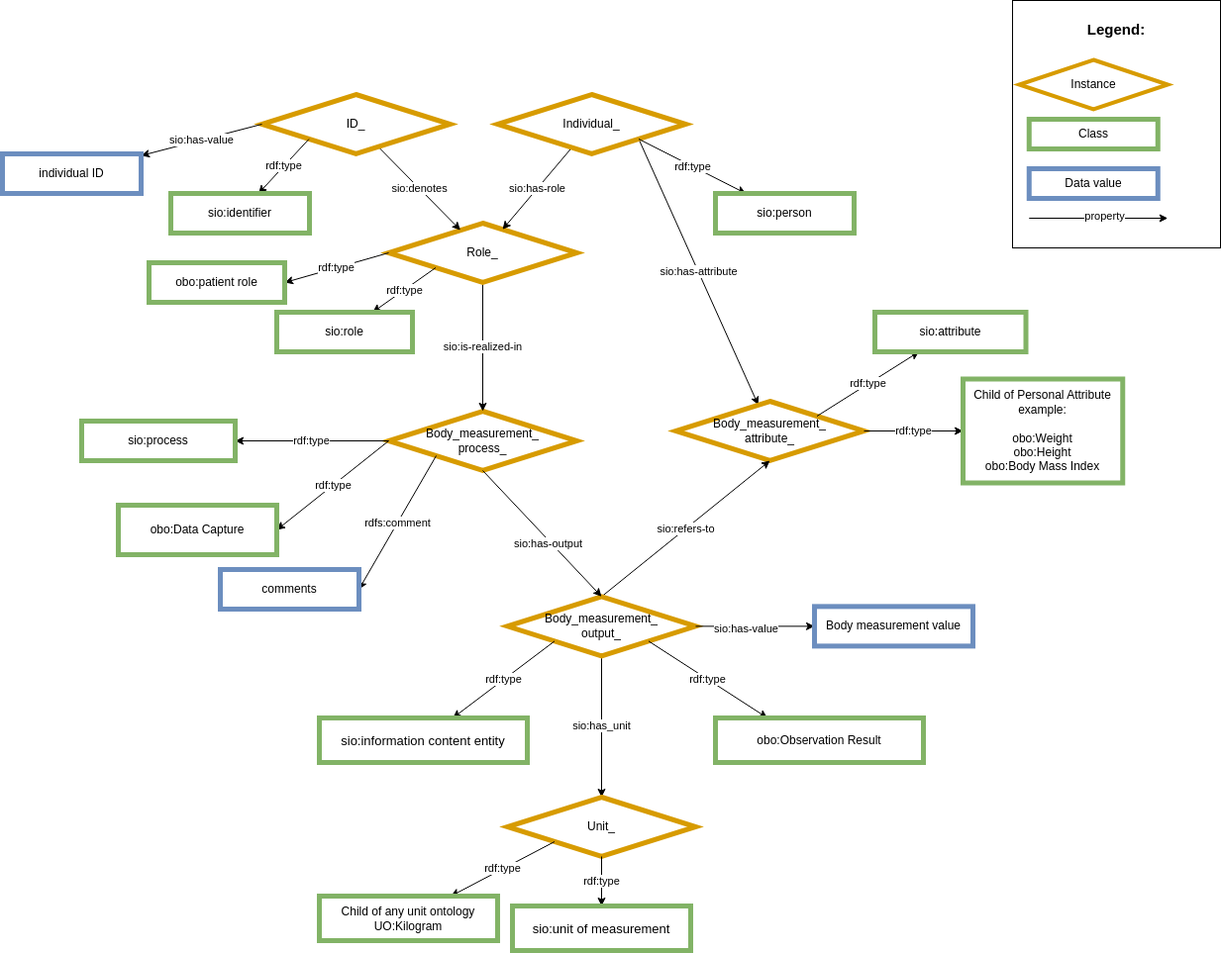
Before: images/CARE-SM-Body_measurement.png, a diagram exported from draw.io (CARE-SM/CARE-Semantic-Model). Source tidied: cells renumbered, new cells last; positions are measured from the earlier drawing's top-left corner, leaving out a move shared by most shapes. The source it was exported from:
```xml
<mxGraphModel>
  <root>
    <mxCell id="0" />
    <mxCell id="1" parent="0" />
    <mxCell id="2" value="Body_measurement_&lt;br&gt;process_" style="rhombus;whiteSpace=wrap;html=1;fillColor=#FFFFFF;strokeColor=#d79b00;strokeWidth=5;" parent="1" vertex="1">
      <mxGeometry x="390" y="415" width="190" height="60" as="geometry" />
    </mxCell>
    <mxCell id="3" value="&lt;span style=&quot;color: rgb(0, 0, 0); font-family: Helvetica; font-size: 11px; font-style: normal; font-variant-ligatures: normal; font-variant-caps: normal; font-weight: 400; letter-spacing: normal; orphans: 2; text-align: center; text-indent: 0px; text-transform: none; widows: 2; word-spacing: 0px; -webkit-text-stroke-width: 0px; background-color: rgb(255, 255, 255); text-decoration-thickness: initial; text-decoration-style: initial; text-decoration-color: initial; float: none; display: inline !important;&quot;&gt;sio:is-realized-in&lt;/span&gt;" style="rounded=0;jettySize=auto;html=1;exitX=0.5;exitY=1;exitDx=0;exitDy=0;entryX=0.5;entryY=0;entryDx=0;entryDy=0;" parent="1" edge="1" source="5" target="2">
      <mxGeometry relative="1" as="geometry" />
    </mxCell>
    <mxCell id="4" value="sio:has-attribute" style="rounded=0;jettySize=auto;html=1;exitX=1;exitY=1;exitDx=0;exitDy=0;" parent="1" edge="1" source="9" target="10">
      <mxGeometry relative="1" as="geometry" />
    </mxCell>
    <mxCell id="5" value="Role_" style="rhombus;whiteSpace=wrap;html=1;fillColor=#FFFFFF;strokeColor=#d79b00;strokeWidth=5;" parent="1" vertex="1">
      <mxGeometry x="390" y="225" width="190" height="60" as="geometry" />
    </mxCell>
    <mxCell id="6" value="sio:denotes" style="edgeStyle=none;rounded=0;jettySize=auto;html=1;" parent="1" edge="1" source="7" target="5">
      <mxGeometry relative="1" as="geometry" />
    </mxCell>
    <mxCell id="7" value="ID_" style="rhombus;whiteSpace=wrap;html=1;fillColor=#FFFFFF;strokeColor=#d79b00;strokeWidth=5;" parent="1" vertex="1">
      <mxGeometry x="262" y="95" width="190" height="60" as="geometry" />
    </mxCell>
    <mxCell id="8" value="sio:has-role" style="edgeStyle=none;rounded=0;jettySize=auto;html=1;" parent="1" edge="1" source="9" target="5">
      <mxGeometry relative="1" as="geometry" />
    </mxCell>
    <mxCell id="9" value="Individual_" style="rhombus;whiteSpace=wrap;html=1;fillColor=#FFFFFF;strokeColor=#d79b00;strokeWidth=5;" parent="1" vertex="1">
      <mxGeometry x="500" y="95" width="190" height="60" as="geometry" />
    </mxCell>
    <mxCell id="10" value="Body_measurement_&lt;br&gt;attribute_" style="rhombus;whiteSpace=wrap;html=1;fillColor=#FFFFFF;strokeColor=#d79b00;strokeWidth=5;" parent="1" vertex="1">
      <mxGeometry x="680" y="405" width="190" height="60" as="geometry" />
    </mxCell>
    <mxCell id="11" value="rdf:type" style="edgeStyle=none;rounded=0;jettySize=auto;html=1;exitX=1;exitY=0;exitDx=0;exitDy=0;" parent="1" edge="1" source="10" target="12">
      <mxGeometry relative="1" as="geometry" />
    </mxCell>
    <mxCell id="12" value="sio:attribute" style="whiteSpace=wrap;html=1;fillColor=#FFFFFF;strokeColor=#82b366;strokeWidth=5;" parent="1" vertex="1">
      <mxGeometry x="881" y="315" width="152.5" height="40" as="geometry" />
    </mxCell>
    <mxCell id="13" value="rdf:type" style="edgeStyle=none;rounded=0;jettySize=auto;html=1;exitX=0;exitY=1;exitDx=0;exitDy=0;" parent="1" edge="1" source="5" target="14">
      <mxGeometry relative="1" as="geometry" />
    </mxCell>
    <mxCell id="14" value="sio:role" style="whiteSpace=wrap;html=1;fillColor=#FFFFFF;strokeColor=#82b366;strokeWidth=5;" parent="1" vertex="1">
      <mxGeometry x="277" y="315" width="137" height="40" as="geometry" />
    </mxCell>
    <mxCell id="15" value="rdf:type" style="edgeStyle=none;rounded=0;jettySize=auto;html=1;exitX=0;exitY=1;exitDx=0;exitDy=0;" parent="1" edge="1" source="7" target="16">
      <mxGeometry relative="1" as="geometry" />
    </mxCell>
    <mxCell id="16" value="sio:identifier" style="whiteSpace=wrap;html=1;fillColor=#FFFFFF;strokeColor=#82b366;strokeWidth=5;" parent="1" vertex="1">
      <mxGeometry x="170" y="195" width="140" height="40" as="geometry" />
    </mxCell>
    <mxCell id="17" value="rdf:type" style="edgeStyle=none;rounded=0;jettySize=auto;html=1;exitX=1;exitY=1;exitDx=0;exitDy=0;" parent="1" edge="1" source="9" target="18">
      <mxGeometry relative="1" as="geometry" />
    </mxCell>
    <mxCell id="18" value="sio:person" style="whiteSpace=wrap;html=1;fillColor=#FFFFFF;strokeColor=#82b366;strokeWidth=5;" parent="1" vertex="1">
      <mxGeometry x="720" y="195" width="140" height="40" as="geometry" />
    </mxCell>
    <mxCell id="19" value="sio:has_unit" style="edgeStyle=none;rounded=0;jettySize=auto;html=1;exitX=0.5;exitY=1;exitDx=0;exitDy=0;entryX=0.5;entryY=0;entryDx=0;entryDy=0;" parent="1" edge="1" source="32" target="20">
      <mxGeometry relative="1" as="geometry" />
    </mxCell>
    <mxCell id="20" value="Unit_" style="rhombus;whiteSpace=wrap;html=1;fillColor=#FFFFFF;strokeColor=#d79b00;strokeWidth=5;" parent="1" vertex="1">
      <mxGeometry x="510" y="805" width="190" height="60" as="geometry" />
    </mxCell>
    <mxCell id="21" value="rdf:type" style="edgeStyle=none;rounded=0;jettySize=auto;html=1;exitX=0.5;exitY=1;exitDx=0;exitDy=0;" parent="1" edge="1" source="20" target="22">
      <mxGeometry relative="1" as="geometry" />
    </mxCell>
    <mxCell id="22" value="&lt;font size=&quot;2&quot;&gt;sio:unit of measurement&lt;/font&gt;" style="whiteSpace=wrap;html=1;fillColor=#FFFFFF;strokeColor=#82b366;strokeWidth=5;" parent="1" vertex="1">
      <mxGeometry x="515" y="915" width="180" height="45" as="geometry" />
    </mxCell>
    <mxCell id="23" value="sio:has-value" style="rounded=0;jettySize=auto;html=1;exitX=0;exitY=0.5;exitDx=0;exitDy=0;" parent="1" edge="1" source="7" target="24">
      <mxGeometry relative="1" as="geometry" />
    </mxCell>
    <mxCell id="24" value="individual ID" style="whiteSpace=wrap;html=1;fillColor=#FFFFFF;strokeColor=#6c8ebf;strokeWidth=5;" parent="1" vertex="1">
      <mxGeometry y="155" width="140" height="40" as="geometry" />
    </mxCell>
    <mxCell id="25" value="rdf:type" style="edgeStyle=none;rounded=0;jettySize=auto;html=1;exitX=0;exitY=0.5;exitDx=0;exitDy=0;entryX=1;entryY=0.5;entryDx=0;entryDy=0;" parent="1" edge="1" source="5" target="26">
      <mxGeometry relative="1" as="geometry" />
    </mxCell>
    <mxCell id="26" value="obo:patient role" style="whiteSpace=wrap;html=1;fillColor=#FFFFFF;strokeColor=#82b366;strokeWidth=5;" parent="1" vertex="1">
      <mxGeometry x="148" y="265" width="137" height="40" as="geometry" />
    </mxCell>
    <mxCell id="27" value="rdf:type" style="edgeStyle=none;rounded=0;jettySize=auto;html=1;exitX=0;exitY=1;exitDx=0;exitDy=0;" parent="1" edge="1" source="20" target="28">
      <mxGeometry relative="1" as="geometry" />
    </mxCell>
    <mxCell id="28" value="Child of any unit ontology&lt;br&gt;UO:Kilogram" style="whiteSpace=wrap;html=1;fillColor=#FFFFFF;strokeColor=#82b366;strokeWidth=5;" parent="1" vertex="1">
      <mxGeometry x="320" y="905" width="180" height="45" as="geometry" />
    </mxCell>
    <mxCell id="29" value="rdf:type" style="edgeStyle=none;rounded=0;jettySize=auto;html=1;exitX=1;exitY=0.5;exitDx=0;exitDy=0;" parent="1" edge="1" source="10" target="30">
      <mxGeometry relative="1" as="geometry" />
    </mxCell>
    <mxCell id="30" value="Child of Personal Attribute&lt;br&gt;example:&lt;br&gt;&lt;br&gt;obo:Weight&lt;br&gt;obo:Height&lt;br&gt;obo:Body Mass Index" style="whiteSpace=wrap;html=1;fillColor=#FFFFFF;strokeColor=#82b366;strokeWidth=5;" parent="1" vertex="1">
      <mxGeometry x="970" y="382.5" width="161.2" height="105" as="geometry" />
    </mxCell>
    <mxCell id="31" value="sio:refers-to" style="edgeStyle=none;rounded=0;jettySize=auto;html=1;entryX=0.5;entryY=1;entryDx=0;entryDy=0;exitX=0.5;exitY=0;exitDx=0;exitDy=0;" parent="1" edge="1" source="32">
      <mxGeometry relative="1" as="geometry">
        <mxPoint x="775" y="465" as="targetPoint" />
      </mxGeometry>
    </mxCell>
    <mxCell id="32" value="Body_measurement_&lt;br&gt;output_" style="rhombus;whiteSpace=wrap;html=1;fillColor=#FFFFFF;strokeColor=#d79b00;strokeWidth=5;" parent="1" vertex="1">
      <mxGeometry x="510" y="602.4" width="190" height="60" as="geometry" />
    </mxCell>
    <mxCell id="33" style="edgeStyle=none;rounded=0;jettySize=auto;html=1;exitX=0.5;exitY=1;exitDx=0;exitDy=0;entryX=0.5;entryY=0;entryDx=0;entryDy=0;" parent="1" edge="1" target="32">
      <mxGeometry relative="1" as="geometry">
        <mxPoint x="485" y="475" as="sourcePoint" />
      </mxGeometry>
    </mxCell>
    <mxCell id="34" value="&lt;span style=&quot;color: rgb(0, 0, 0); font-family: Helvetica; font-size: 11px; font-style: normal; font-variant-ligatures: normal; font-variant-caps: normal; font-weight: 400; letter-spacing: normal; orphans: 2; text-align: center; text-indent: 0px; text-transform: none; widows: 2; word-spacing: 0px; -webkit-text-stroke-width: 0px; background-color: rgb(255, 255, 255); text-decoration-thickness: initial; text-decoration-style: initial; text-decoration-color: initial; float: none; display: inline !important;&quot;&gt;sio:has-output&lt;/span&gt;" style="edgeLabel;html=1;align=center;verticalAlign=middle;" parent="33" vertex="1">
      <mxGeometry x="-0.21" y="-1" relative="1" as="geometry">
        <mxPoint x="18" y="22" as="offset" />
      </mxGeometry>
    </mxCell>
    <mxCell id="35" value="rdf:type" style="edgeStyle=none;rounded=0;jettySize=auto;html=1;exitX=0;exitY=1;exitDx=0;exitDy=0;" parent="1" edge="1" source="32" target="36">
      <mxGeometry relative="1" as="geometry" />
    </mxCell>
    <mxCell id="36" value="&lt;font size=&quot;2&quot;&gt;sio:information content entity&lt;/font&gt;" style="whiteSpace=wrap;html=1;fillColor=#FFFFFF;strokeColor=#82b366;strokeWidth=5;" parent="1" vertex="1">
      <mxGeometry x="320" y="725" width="210" height="45" as="geometry" />
    </mxCell>
    <mxCell id="37" value="rdf:type" style="edgeStyle=none;rounded=0;jettySize=auto;html=1;exitX=1;exitY=1;exitDx=0;exitDy=0;entryX=0.25;entryY=0;entryDx=0;entryDy=0;" parent="1" edge="1" source="32" target="38">
      <mxGeometry relative="1" as="geometry" />
    </mxCell>
    <mxCell id="38" value="obo:Observation Result" style="whiteSpace=wrap;html=1;fillColor=#FFFFFF;strokeColor=#82b366;strokeWidth=5;" parent="1" vertex="1">
      <mxGeometry x="720" y="725" width="210" height="45" as="geometry" />
    </mxCell>
    <mxCell id="39" value="rdf:type" style="edgeStyle=none;rounded=0;jettySize=auto;html=1;exitX=0;exitY=0.5;exitDx=0;exitDy=0;" parent="1" edge="1" target="40">
      <mxGeometry relative="1" as="geometry">
        <mxPoint x="390" y="445" as="sourcePoint" />
      </mxGeometry>
    </mxCell>
    <mxCell id="40" value="sio:process" style="whiteSpace=wrap;html=1;fillColor=#FFFFFF;strokeColor=#82b366;strokeWidth=5;" parent="1" vertex="1">
      <mxGeometry x="80" y="425" width="155" height="40" as="geometry" />
    </mxCell>
    <mxCell id="41" value="rdf:type" style="edgeStyle=none;rounded=0;jettySize=auto;html=1;exitX=0;exitY=0.5;exitDx=0;exitDy=0;entryX=1;entryY=0.5;entryDx=0;entryDy=0;" parent="1" edge="1" target="42">
      <mxGeometry relative="1" as="geometry">
        <mxPoint x="390" y="445" as="sourcePoint" />
      </mxGeometry>
    </mxCell>
    <mxCell id="42" value="obo:Data Capture" style="whiteSpace=wrap;html=1;fillColor=#FFFFFF;strokeColor=#82b366;strokeWidth=5;" parent="1" vertex="1">
      <mxGeometry x="117" y="510" width="160" height="50" as="geometry" />
    </mxCell>
    <mxCell id="43" value="rdfs:comment" style="rounded=0;jettySize=auto;html=1;exitX=0;exitY=1;exitDx=0;exitDy=0;entryX=1;entryY=0.5;entryDx=0;entryDy=0;" parent="1" edge="1" target="44">
      <mxGeometry relative="1" as="geometry">
        <mxPoint x="438" y="460" as="sourcePoint" />
      </mxGeometry>
    </mxCell>
    <mxCell id="44" value="comments" style="whiteSpace=wrap;html=1;fillColor=#FFFFFF;strokeColor=#6c8ebf;strokeWidth=5;" parent="1" vertex="1">
      <mxGeometry x="220" y="575" width="140" height="40" as="geometry" />
    </mxCell>
    <mxCell id="45" value="sio:has-value" style="rounded=0;jettySize=auto;html=1;exitX=1;exitY=0.5;exitDx=0;exitDy=0;" parent="1" edge="1" source="32" target="46">
      <mxGeometry x="-0.16" y="-3" relative="1" as="geometry" />
    </mxCell>
    <mxCell id="46" value="Body measurement value" style="whiteSpace=wrap;html=1;fillColor=#FFFFFF;strokeColor=#6c8ebf;strokeWidth=5;" parent="1" vertex="1">
      <mxGeometry x="820" y="612.4" width="160" height="40" as="geometry" />
    </mxCell>
    <mxCell id="47" value="&lt;div style=&quot;text-align: left; font-size: 15px;&quot;&gt;&lt;span style=&quot;background-color: initial;&quot;&gt;&lt;b style=&quot;&quot;&gt;&lt;font style=&quot;font-size: 15px;&quot;&gt;Legend:&lt;/font&gt;&lt;/b&gt;&lt;/span&gt;&lt;/div&gt;&lt;div style=&quot;text-align: left; font-size: 15px;&quot;&gt;&lt;span style=&quot;background-color: initial;&quot;&gt;&lt;br&gt;&lt;/span&gt;&lt;/div&gt;&lt;div style=&quot;text-align: left;&quot;&gt;&lt;span style=&quot;background-color: initial;&quot;&gt;&lt;br&gt;&lt;/span&gt;&lt;/div&gt;&lt;div style=&quot;text-align: left;&quot;&gt;&lt;span style=&quot;background-color: initial;&quot;&gt;&lt;br&gt;&lt;/span&gt;&lt;/div&gt;&lt;div style=&quot;text-align: left;&quot;&gt;&lt;br&gt;&lt;/div&gt;&lt;div style=&quot;text-align: left;&quot;&gt;&lt;br&gt;&lt;/div&gt;&lt;div style=&quot;text-align: left;&quot;&gt;&lt;br&gt;&lt;/div&gt;&lt;div style=&quot;text-align: left;&quot;&gt;&lt;br&gt;&lt;/div&gt;&lt;div style=&quot;text-align: left;&quot;&gt;&lt;br&gt;&lt;/div&gt;&lt;div style=&quot;text-align: left;&quot;&gt;&lt;span style=&quot;background-color: initial;&quot;&gt;&lt;br&gt;&lt;/span&gt;&lt;/div&gt;&lt;div style=&quot;text-align: left;&quot;&gt;&lt;span style=&quot;background-color: initial;&quot;&gt;&lt;br&gt;&lt;/span&gt;&lt;/div&gt;&lt;div style=&quot;text-align: left;&quot;&gt;&lt;span style=&quot;background-color: initial;&quot;&gt;&lt;br&gt;&lt;/span&gt;&lt;/div&gt;&lt;div style=&quot;text-align: left;&quot;&gt;&lt;span style=&quot;background-color: initial;&quot;&gt;&lt;br&gt;&lt;/span&gt;&lt;/div&gt;&lt;div style=&quot;text-align: left;&quot;&gt;&lt;span style=&quot;background-color: initial;&quot;&gt;&lt;br&gt;&lt;/span&gt;&lt;/div&gt;" style="rounded=0;whiteSpace=wrap;html=1;" parent="1" vertex="1">
      <mxGeometry x="1020" width="210" height="250" as="geometry" />
    </mxCell>
    <mxCell id="48" value="Class" style="whiteSpace=wrap;html=1;fillColor=#FFFFFF;strokeColor=#82b366;strokeWidth=5;" parent="1" vertex="1">
      <mxGeometry x="1036.8" y="120" width="130" height="30" as="geometry" />
    </mxCell>
    <mxCell id="49" value="Instance" style="rhombus;whiteSpace=wrap;html=1;fillColor=#FFFFFF;strokeColor=#D79B00;rotation=0;perimeter=rhombusPerimeter;arcSize=20;comic=0;enumerate=0;strokeWidth=4;rounded=0;" parent="1" vertex="1">
      <mxGeometry x="1026.8" y="60" width="150" height="50" as="geometry" />
    </mxCell>
    <mxCell id="50" value="Data value" style="whiteSpace=wrap;html=1;fillColor=#FFFFFF;strokeColor=#6c8ebf;strokeWidth=5;" parent="1" vertex="1">
      <mxGeometry x="1036.8" y="170" width="130" height="30" as="geometry" />
    </mxCell>
    <mxCell id="51" value="property" style="rounded=0;orthogonalLoop=1;jettySize=auto;html=1;exitX=1;exitY=1;exitDx=0;exitDy=0;" parent="1" edge="1">
      <mxGeometry x="0.09" y="2" relative="1" as="geometry">
        <mxPoint x="1036.8" y="220" as="sourcePoint" />
        <mxPoint x="1176.8" y="220" as="targetPoint" />
      </mxGeometry>
    </mxCell>
  </root>
</mxGraphModel>
```
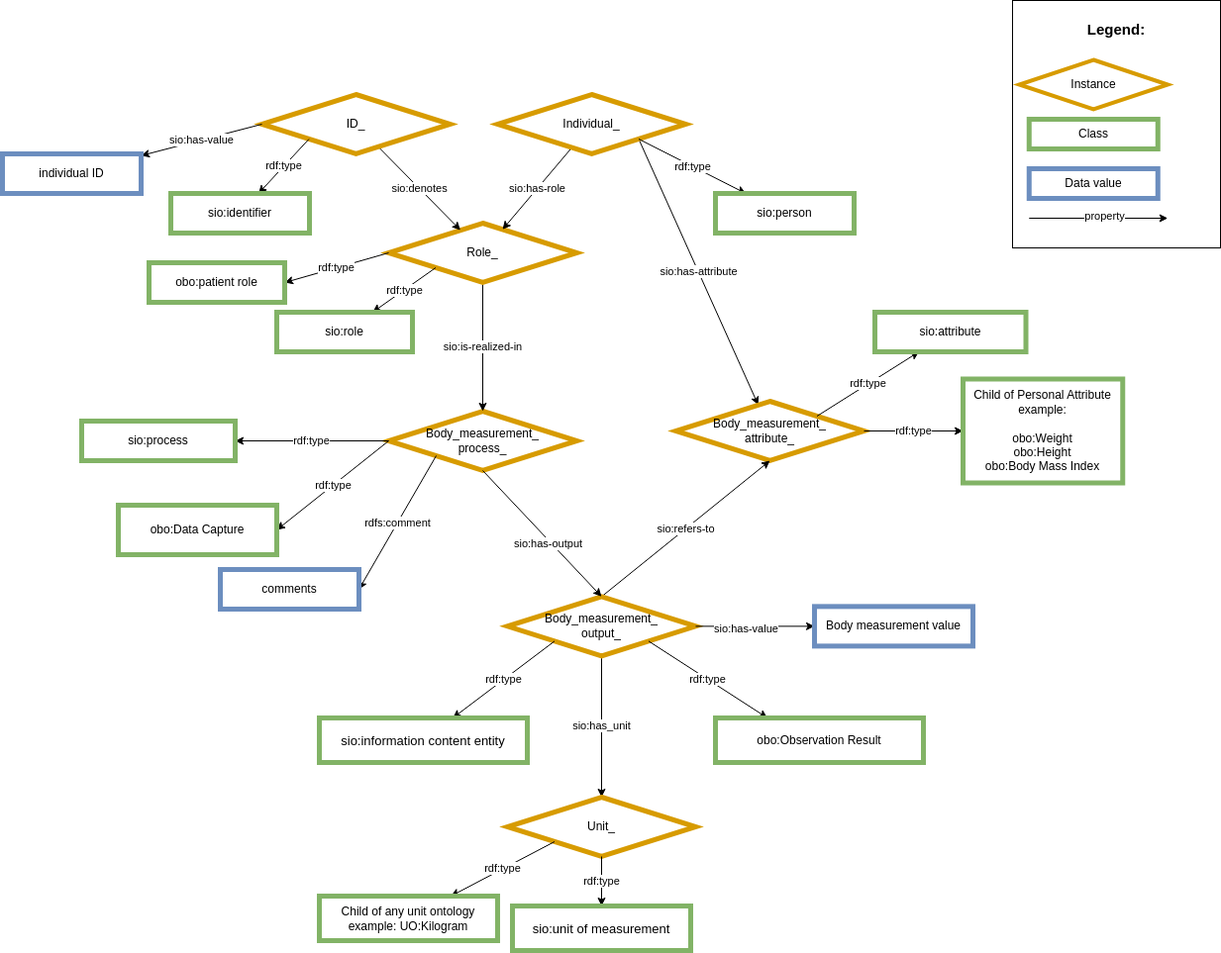
Above is the later version.

Diff of the diagram source:
```diff
@@ -80,7 +80,7 @@
     <mxCell id="27" value="rdf:type" style="edgeStyle=none;rounded=0;jettySize=auto;html=1;exitX=0;exitY=1;exitDx=0;exitDy=0;" parent="1" edge="1" source="20" target="28">
       <mxGeometry relative="1" as="geometry" />
     </mxCell>
-    <mxCell id="28" value="Child of any unit ontology&lt;br&gt;UO:Kilogram" style="whiteSpace=wrap;html=1;fillColor=#FFFFFF;strokeColor=#82b366;strokeWidth=5;" parent="1" vertex="1">
+    <mxCell id="28" value="Child of any unit ontology&lt;br&gt;example: UO:Kilogram" style="whiteSpace=wrap;html=1;fillColor=#FFFFFF;strokeColor=#82b366;strokeWidth=5;" parent="1" vertex="1">
       <mxGeometry x="320" y="905" width="180" height="45" as="geometry" />
     </mxCell>
     <mxCell id="29" value="rdf:type" style="edgeStyle=none;rounded=0;jettySize=auto;html=1;exitX=1;exitY=0.5;exitDx=0;exitDy=0;" parent="1" edge="1" source="10" target="30">
```
